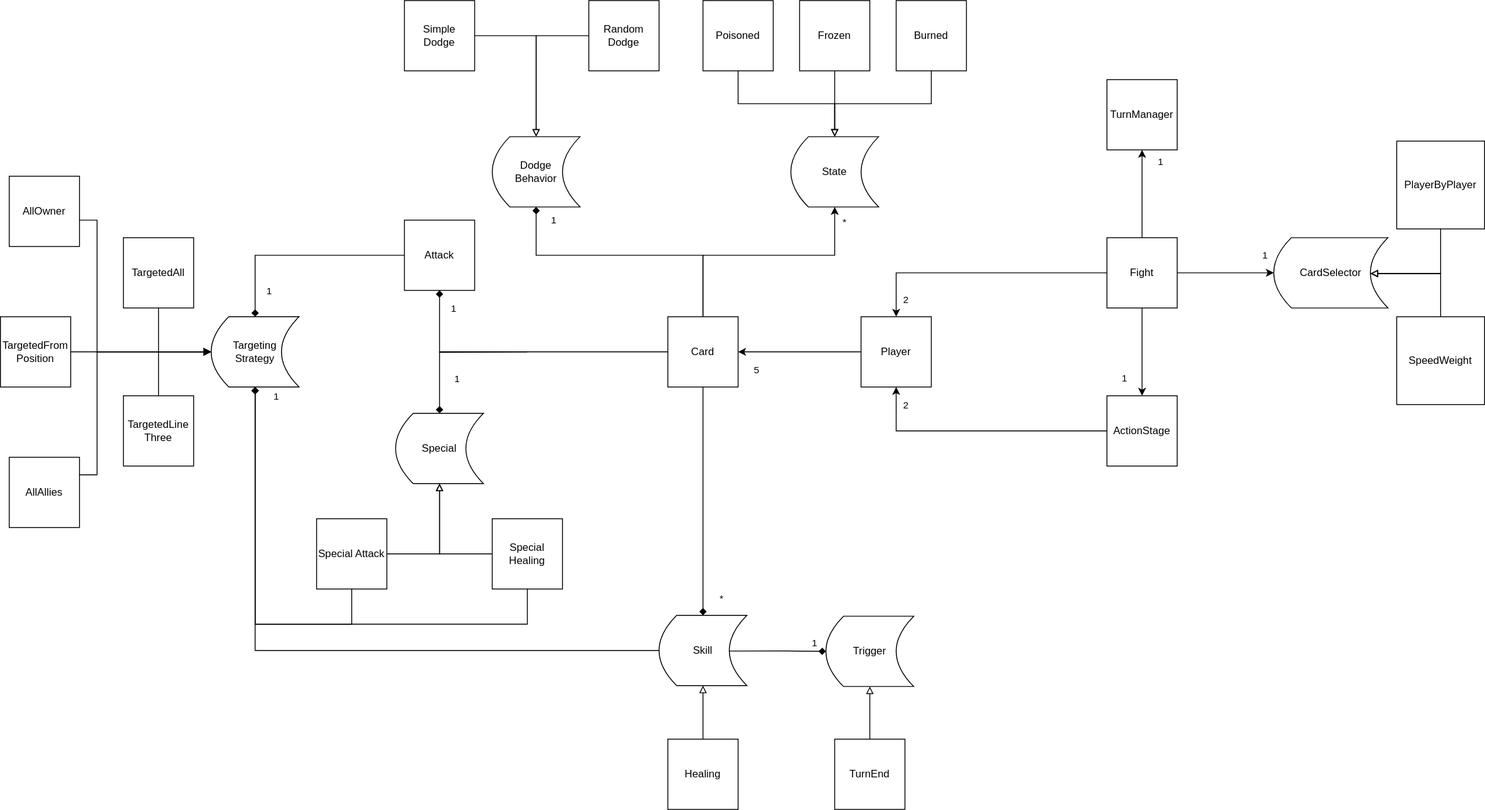
The draw.io diagram doc/archi.drawio.svg in cegerard/card-game, before a commit. Source tidied: cells renumbered, new cells last; positions are measured from the earlier drawing's top-left corner, leaving out a move shared by most shapes.
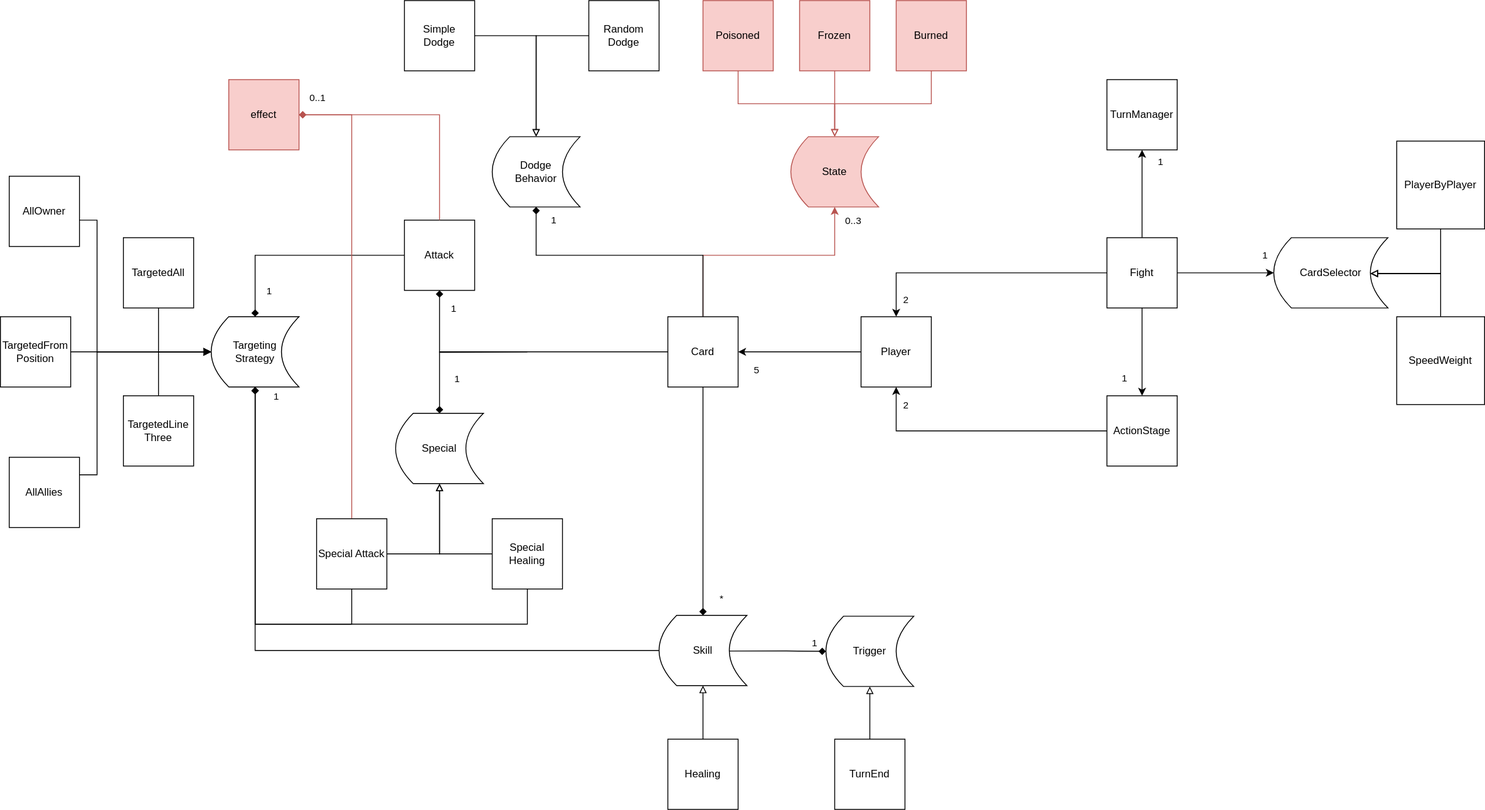
The same diagram one commit later.

Commit message:
Add support for poisoned attack effects and related state management

The edit, as a diff of the source:
```diff
@@ -94,7 +94,7 @@
         <mxPoint x="25" y="28" as="offset" />
       </mxGeometry>
     </mxCell>
-    <mxCell id="25" style="edgeStyle=orthogonalEdgeStyle;html=1;exitX=0.5;exitY=0;exitDx=0;exitDy=0;entryX=0.5;entryY=1;entryDx=0;entryDy=0;rounded=0;curved=0;" parent="1" edge="1" source="27" target="67">
+    <mxCell id="25" style="edgeStyle=orthogonalEdgeStyle;html=1;exitX=0.5;exitY=0;exitDx=0;exitDy=0;entryX=0.5;entryY=1;entryDx=0;entryDy=0;rounded=0;curved=0;fillColor=#f8cecc;strokeColor=#b85450;" parent="1" edge="1" source="27" target="67">
       <mxGeometry relative="1" as="geometry">
         <Array as="points">
           <mxPoint x="800" y="290" />
@@ -102,11 +102,11 @@
         </Array>
       </mxGeometry>
     </mxCell>
-    <mxCell id="26" value="*" style="edgeLabel;html=1;align=center;verticalAlign=middle;" parent="25" vertex="1">
-      <mxGeometry x="0.91" y="-3" relative="1" as="geometry">
-        <mxPoint x="7" y="3" as="offset" />
-      </mxGeometry>
-    </mxCell>
+    <mxCell id="74" value="0..3" style="edgeLabel;html=1;align=center;verticalAlign=middle;" parent="25" vertex="1">
+      <mxGeometry x="0.38" y="1" relative="1" as="geometry">
+        <mxPoint x="50" y="-39" as="offset" />
+      </mxGeometry>
+    </mxCell>
     <mxCell id="27" value="Card" style="whiteSpace=wrap;html=1;labelBackgroundColor=none;labelBorderColor=none;fontColor=default;" parent="1" vertex="1">
       <mxGeometry x="760" y="360" width="80" height="80" as="geometry" />
     </mxCell>
@@ -137,6 +137,13 @@
     <mxCell id="33" style="edgeStyle=orthogonalEdgeStyle;html=1;entryX=0.5;entryY=1;entryDx=0;entryDy=0;endArrow=block;endFill=0;strokeColor=default;rounded=0;" parent="1" edge="1" source="34" target="43">
       <mxGeometry relative="1" as="geometry" />
     </mxCell>
+    <mxCell id="75" style="edgeStyle=orthogonalEdgeStyle;html=1;entryX=1;entryY=0.5;entryDx=0;entryDy=0;rounded=0;startArrow=none;startFill=0;endArrow=diamond;endFill=1;exitX=0.5;exitY=0;exitDx=0;exitDy=0;fillColor=#f8cecc;strokeColor=#b85450;" parent="1" edge="1" source="34" target="76">
+      <mxGeometry relative="1" as="geometry">
+        <Array as="points">
+          <mxPoint x="400" y="130" />
+        </Array>
+      </mxGeometry>
+    </mxCell>
     <mxCell id="34" value="Special Attack" style="whiteSpace=wrap;html=1;labelBackgroundColor=none;labelBorderColor=none;fontColor=default;" parent="1" vertex="1">
       <mxGeometry x="360" y="590" width="80" height="80" as="geometry" />
     </mxCell>
@@ -262,26 +269,37 @@
     <mxCell id="66" value="TurnManager" style="whiteSpace=wrap;html=1;" parent="1" vertex="1">
       <mxGeometry x="1260" y="90" width="80" height="80" as="geometry" />
     </mxCell>
-    <mxCell id="67" value="State" style="shape=dataStorage;whiteSpace=wrap;html=1;fixedSize=1;labelBackgroundColor=none;labelBorderColor=none;fontColor=default;" parent="1" vertex="1">
+    <mxCell id="67" value="State" style="shape=dataStorage;whiteSpace=wrap;html=1;fixedSize=1;labelBackgroundColor=none;labelBorderColor=none;fillColor=#f8cecc;strokeColor=#b85450;" parent="1" vertex="1">
       <mxGeometry x="900" y="155" width="100" height="80" as="geometry" />
     </mxCell>
-    <mxCell id="68" value="Poisoned" style="whiteSpace=wrap;html=1;labelBackgroundColor=none;labelBorderColor=none;fontColor=default;" parent="1" vertex="1">
+    <mxCell id="68" value="Poisoned" style="whiteSpace=wrap;html=1;labelBackgroundColor=none;labelBorderColor=none;fillColor=#f8cecc;strokeColor=#b85450;" parent="1" vertex="1">
       <mxGeometry x="800" width="80" height="80" as="geometry" />
     </mxCell>
-    <mxCell id="69" style="edgeStyle=orthogonalEdgeStyle;html=1;exitX=0.5;exitY=1;exitDx=0;exitDy=0;entryX=0.5;entryY=0;entryDx=0;entryDy=0;rounded=0;curved=0;endArrow=block;endFill=0;" parent="1" edge="1" source="70" target="67">
+    <mxCell id="69" style="edgeStyle=orthogonalEdgeStyle;html=1;exitX=0.5;exitY=1;exitDx=0;exitDy=0;entryX=0.5;entryY=0;entryDx=0;entryDy=0;rounded=0;curved=0;endArrow=block;endFill=0;fillColor=#f8cecc;strokeColor=#b85450;" parent="1" edge="1" source="70" target="67">
       <mxGeometry relative="1" as="geometry" />
     </mxCell>
-    <mxCell id="70" value="Frozen" style="whiteSpace=wrap;html=1;labelBackgroundColor=none;labelBorderColor=none;fontColor=default;" parent="1" vertex="1">
+    <mxCell id="70" value="Frozen" style="whiteSpace=wrap;html=1;labelBackgroundColor=none;labelBorderColor=none;fillColor=#f8cecc;strokeColor=#b85450;" parent="1" vertex="1">
       <mxGeometry x="910" width="80" height="80" as="geometry" />
     </mxCell>
-    <mxCell id="71" style="edgeStyle=orthogonalEdgeStyle;html=1;exitX=0.5;exitY=1;exitDx=0;exitDy=0;entryX=0.5;entryY=0;entryDx=0;entryDy=0;rounded=0;curved=0;endArrow=block;endFill=0;" parent="1" edge="1" source="72" target="67">
+    <mxCell id="71" style="edgeStyle=orthogonalEdgeStyle;html=1;exitX=0.5;exitY=1;exitDx=0;exitDy=0;entryX=0.5;entryY=0;entryDx=0;entryDy=0;rounded=0;curved=0;endArrow=block;endFill=0;fillColor=#f8cecc;strokeColor=#b85450;" parent="1" edge="1" source="72" target="67">
       <mxGeometry relative="1" as="geometry" />
     </mxCell>
-    <mxCell id="72" value="Burned" style="whiteSpace=wrap;html=1;labelBackgroundColor=none;labelBorderColor=none;fontColor=default;" parent="1" vertex="1">
+    <mxCell id="72" value="Burned" style="whiteSpace=wrap;html=1;labelBackgroundColor=none;labelBorderColor=none;fillColor=#f8cecc;strokeColor=#b85450;" parent="1" vertex="1">
       <mxGeometry x="1020" width="80" height="80" as="geometry" />
     </mxCell>
-    <mxCell id="73" style="edgeStyle=orthogonalEdgeStyle;html=1;entryX=0.5;entryY=0;entryDx=0;entryDy=0;endArrow=block;endFill=0;rounded=0;curved=0;exitX=0.5;exitY=1;exitDx=0;exitDy=0;" parent="1" edge="1" source="68" target="67">
+    <mxCell id="73" style="edgeStyle=orthogonalEdgeStyle;html=1;entryX=0.5;entryY=0;entryDx=0;entryDy=0;endArrow=block;endFill=0;rounded=0;curved=0;exitX=0.5;exitY=1;exitDx=0;exitDy=0;fillColor=#f8cecc;strokeColor=#b85450;" parent="1" edge="1" source="68" target="67">
       <mxGeometry relative="1" as="geometry" />
     </mxCell>
+    <mxCell id="76" value="effect" style="whiteSpace=wrap;html=1;labelBackgroundColor=none;labelBorderColor=none;fillColor=#f8cecc;strokeColor=#b85450;" parent="1" vertex="1">
+      <mxGeometry x="260" y="90" width="80" height="80" as="geometry" />
+    </mxCell>
+    <mxCell id="77" style="edgeStyle=orthogonalEdgeStyle;html=1;entryX=0.5;entryY=0;entryDx=0;entryDy=0;rounded=0;curved=0;endArrow=none;endFill=0;startArrow=diamond;startFill=1;fillColor=#f8cecc;strokeColor=#b85450;" parent="1" edge="1" source="76" target="30">
+      <mxGeometry relative="1" as="geometry" />
+    </mxCell>
+    <mxCell id="78" value="0..1" style="edgeLabel;html=1;align=center;verticalAlign=middle;" parent="77" vertex="1">
+      <mxGeometry x="-0.75" relative="1" as="geometry">
+        <mxPoint x="-15" y="-20" as="offset" />
+      </mxGeometry>
+    </mxCell>
   </root>
 </mxGraphModel>
```
